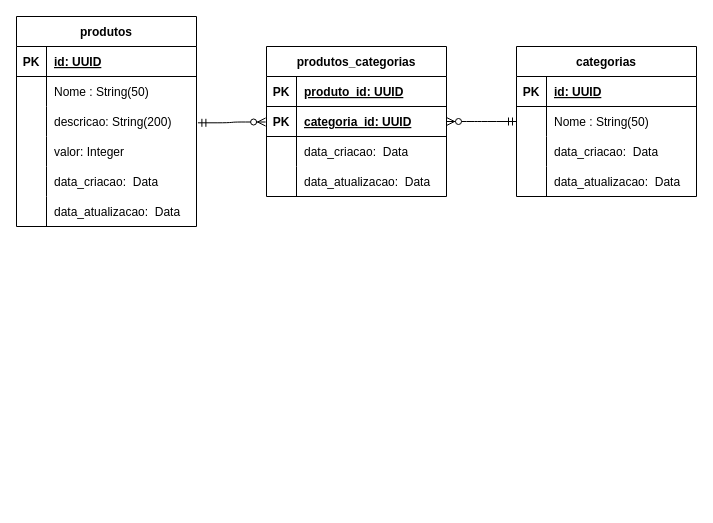
EvilazioNeto/ecommerce-node-api keeps this draw.io diagram as page "Modelo Lógico" (2 of 2) of requirements/ecommerce-database.drawio. Above is the earlier version. Source tidied: cells renumbered, new cells numbered last; positions are measured from the earlier drawing's top-left corner, leaving out a move shared by most shapes. Both pictures are drawn from the tidied source at 100%, with x=0, y=0 at pixel (16, 16).
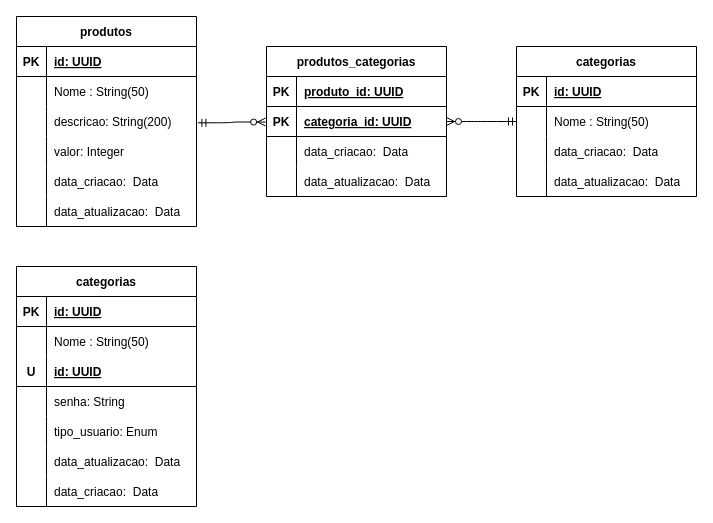
Above is the later version.

Change to the diagram source:
```diff
@@
+    <mxCell id="49" value="categorias" style="shape=table;startSize=30;childLayout=tableLayout;rowLines=0;fontStyle=1;align=center;" parent="1" vertex="1">
+      <mxGeometry y="250" width="180" height="240" as="geometry" />
+    </mxCell>
+    <mxCell id="50" style="shape=tableRow;horizontal=0;startSize=0;swimlaneHead=0;swimlaneBody=0;fillColor=none;top=0;left=0;right=0;bottom=1;" parent="49" vertex="1">
+      <mxGeometry y="30" width="180" height="30" as="geometry" />
+    </mxCell>
+    <mxCell id="51" value="PK" style="shape=partialRectangle;fillColor=none;top=0;left=0;bottom=0;right=0;fontStyle=1;overflow=hidden;" parent="50" vertex="1">
+      <mxGeometry width="30" height="30" as="geometry" />
+    </mxCell>
+    <mxCell id="52" value="id: UUID" style="shape=partialRectangle;fillColor=none;top=0;left=0;bottom=0;right=0;align=left;spacingLeft=6;fontStyle=5;overflow=hidden;" parent="50" vertex="1">
+      <mxGeometry x="30" width="150" height="30" as="geometry" />
+    </mxCell>
+    <mxCell id="53" style="shape=tableRow;horizontal=0;startSize=0;swimlaneHead=0;swimlaneBody=0;fillColor=none;top=0;left=0;right=0;bottom=0;" parent="49" vertex="1">
+      <mxGeometry y="60" width="180" height="30" as="geometry" />
+    </mxCell>
+    <mxCell id="54" style="shape=partialRectangle;fillColor=none;top=0;left=0;bottom=0;right=0;overflow=hidden;" parent="53" vertex="1">
+      <mxGeometry width="30" height="30" as="geometry" />
+    </mxCell>
+    <mxCell id="55" value="Nome : String(50)" style="shape=partialRectangle;fillColor=none;top=0;left=0;bottom=0;right=0;align=left;spacingLeft=6;overflow=hidden;" parent="53" vertex="1">
+      <mxGeometry x="30" width="150" height="30" as="geometry" />
+    </mxCell>
+    <mxCell id="56" style="shape=tableRow;horizontal=0;startSize=0;swimlaneHead=0;swimlaneBody=0;fillColor=none;top=0;left=0;right=0;bottom=1;" parent="49" vertex="1">
+      <mxGeometry y="90" width="180" height="30" as="geometry" />
+    </mxCell>
+    <mxCell id="57" value="U" style="shape=partialRectangle;fillColor=none;top=0;left=0;bottom=0;right=0;fontStyle=1;overflow=hidden;" parent="56" vertex="1">
+      <mxGeometry width="30" height="30" as="geometry" />
+    </mxCell>
+    <mxCell id="58" value="id: UUID" style="shape=partialRectangle;fillColor=none;top=0;left=0;bottom=0;right=0;align=left;spacingLeft=6;fontStyle=5;overflow=hidden;" parent="56" vertex="1">
+      <mxGeometry x="30" width="150" height="30" as="geometry" />
+    </mxCell>
+    <mxCell id="59" style="shape=tableRow;horizontal=0;startSize=0;swimlaneHead=0;swimlaneBody=0;fillColor=none;top=0;left=0;right=0;bottom=0;" parent="49" vertex="1">
+      <mxGeometry y="120" width="180" height="30" as="geometry" />
+    </mxCell>
+    <mxCell id="60" style="shape=partialRectangle;fillColor=none;top=0;left=0;bottom=0;right=0;fontStyle=0;overflow=hidden;" parent="59" vertex="1">
+      <mxGeometry width="30" height="30" as="geometry" />
+    </mxCell>
+    <mxCell id="61" value="senha: String" style="shape=partialRectangle;fillColor=none;top=0;left=0;bottom=0;right=0;align=left;spacingLeft=6;fontStyle=0;overflow=hidden;" parent="59" vertex="1">
+      <mxGeometry x="30" width="150" height="30" as="geometry" />
+    </mxCell>
+    <mxCell id="62" style="shape=tableRow;horizontal=0;startSize=0;swimlaneHead=0;swimlaneBody=0;fillColor=none;top=0;left=0;right=0;bottom=0;" parent="49" vertex="1">
+      <mxGeometry y="150" width="180" height="30" as="geometry" />
+    </mxCell>
+    <mxCell id="63" style="shape=partialRectangle;fillColor=none;top=0;left=0;bottom=0;right=0;fontStyle=0;overflow=hidden;" parent="62" vertex="1">
+      <mxGeometry width="30" height="30" as="geometry" />
+    </mxCell>
+    <mxCell id="64" value="tipo_usuario: Enum" style="shape=partialRectangle;fillColor=none;top=0;left=0;bottom=0;right=0;align=left;spacingLeft=6;fontStyle=0;overflow=hidden;" parent="62" vertex="1">
+      <mxGeometry x="30" width="150" height="30" as="geometry" />
+    </mxCell>
+    <mxCell id="65" style="shape=tableRow;horizontal=0;startSize=0;swimlaneHead=0;swimlaneBody=0;fillColor=none;top=0;left=0;right=0;bottom=0;" parent="49" vertex="1">
+      <mxGeometry y="180" width="180" height="30" as="geometry" />
+    </mxCell>
+    <mxCell id="66" style="shape=partialRectangle;fillColor=none;top=0;left=0;bottom=0;right=0;fontStyle=0;overflow=hidden;" parent="65" vertex="1">
+      <mxGeometry width="30" height="30" as="geometry" />
+    </mxCell>
+    <mxCell id="67" value="data_atualizacao:  Data" style="shape=partialRectangle;fillColor=none;top=0;left=0;bottom=0;right=0;align=left;spacingLeft=6;fontStyle=0;overflow=hidden;" parent="65" vertex="1">
+      <mxGeometry x="30" width="150" height="30" as="geometry" />
+    </mxCell>
+    <mxCell id="68" style="shape=tableRow;horizontal=0;startSize=0;swimlaneHead=0;swimlaneBody=0;fillColor=none;top=0;left=0;right=0;bottom=0;" parent="49" vertex="1">
+      <mxGeometry y="210" width="180" height="30" as="geometry" />
+    </mxCell>
+    <mxCell id="69" style="shape=partialRectangle;fillColor=none;top=0;left=0;bottom=0;right=0;fontStyle=0;overflow=hidden;" parent="68" vertex="1">
+      <mxGeometry width="30" height="30" as="geometry" />
+    </mxCell>
+    <mxCell id="70" value="data_criacao:  Data" style="shape=partialRectangle;fillColor=none;top=0;left=0;bottom=0;right=0;align=left;spacingLeft=6;fontStyle=0;overflow=hidden;" parent="68" vertex="1">
+      <mxGeometry x="30" width="150" height="30" as="geometry" />
+    </mxCell>
```
